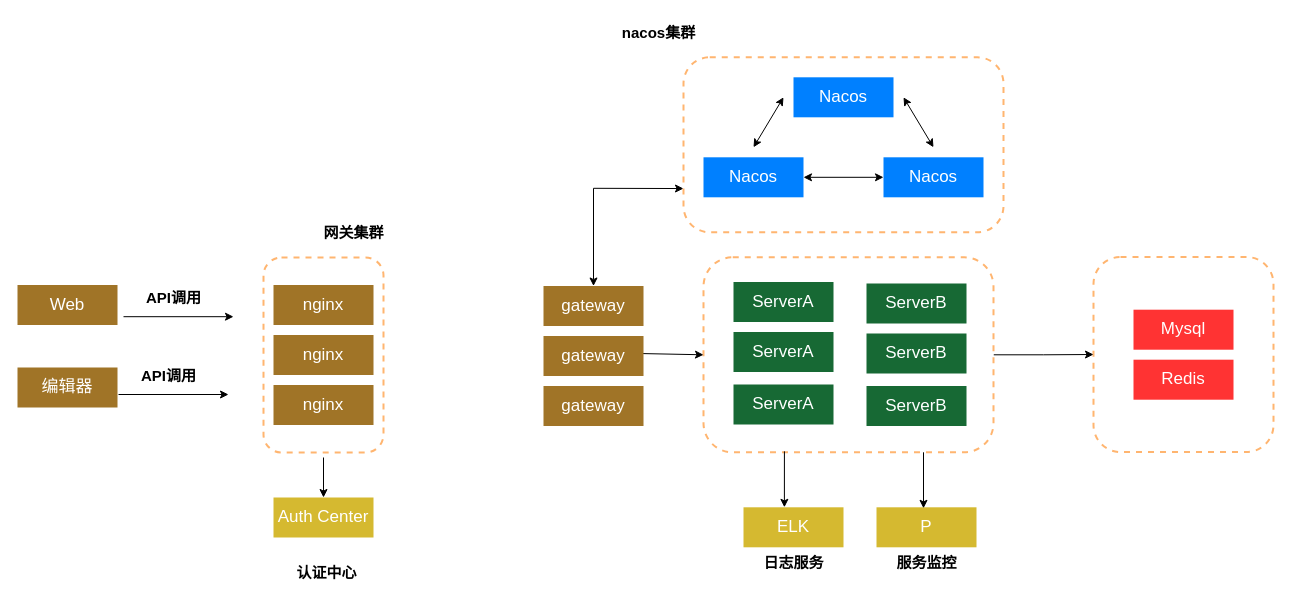
Before: csdb/csdb 部署架构图.drawio in DemonHan/KuickBuy, a draw.io diagram. Source tidied: cells renumbered, new cells numbered last; positions are measured from the earlier drawing's top-left corner, leaving out a move shared by most shapes. Both pictures are drawn from the tidied source at 100%, with x=0, y=0 at pixel (17, 17).
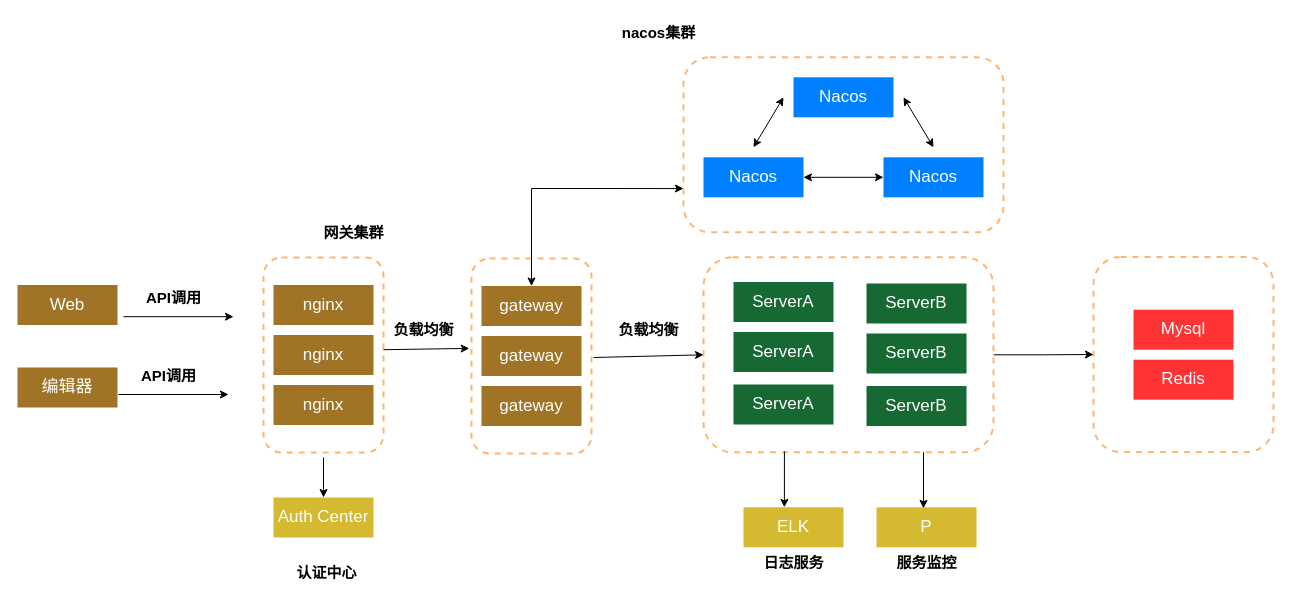
Above is the later version.

Commit message (it also covers changes not shown here):
更新csdb 部署架构图.drawio

The change refers to these unchanged cells:
```xml
<mxCell id="9" style="rounded=1;whiteSpace=wrap;html=1;dashed=1;strokeColor=#FFB570;strokeWidth=2;" parent="1" vertex="1">
  <mxGeometry x="686" y="239.8" width="290" height="195" as="geometry" />
</mxCell>
<mxCell id="14" style="rounded=1;whiteSpace=wrap;html=1;dashed=1;strokeColor=#FFB570;strokeWidth=2;" parent="13" vertex="1">
  <mxGeometry width="320" height="175" as="geometry" />
</mxCell>
```

The edit, as a diff of the source:
```diff
@@
+    <mxCell id="47" style="rounded=1;whiteSpace=wrap;html=1;dashed=1;strokeColor=#FFB570;strokeWidth=2;" parent="1" vertex="1">
+      <mxGeometry x="454" y="241" width="120" height="195" as="geometry" />
+    </mxCell>
@@
     <mxCell id="3" style="endArrow=classic;startArrow=classic;html=1;rounded=0;entryX=0;entryY=0.75;entryDx=0;entryDy=0;" parent="1" edge="1" source="37" target="14">
       <mxGeometry relative="1" as="geometry">
         <Array as="points">
-          <mxPoint x="576" y="170.8" />
+          <mxPoint x="514" y="171" />
         </Array>
       </mxGeometry>
     </mxCell>
@@
     <mxCell id="21" style="endArrow=classic;html=1;rounded=0;entryX=0;entryY=0.5;entryDx=0;entryDy=0;" parent="1" edge="1" target="9">
       <mxGeometry relative="1" as="geometry">
-        <mxPoint x="596" y="335.5" as="sourcePoint" />
+        <mxPoint x="576" y="340" as="sourcePoint" />
       </mxGeometry>
     </mxCell>
@@
     <mxCell id="37" value="&lt;font color=&quot;#ffffff&quot;&gt;gateway&lt;/font&gt;" style="rounded=0;whiteSpace=wrap;html=1;fillColor=#a07427;fontSize=17;strokeColor=none;" parent="1" vertex="1">
-      <mxGeometry x="526" y="268.5" width="100" height="40" as="geometry" />
+      <mxGeometry x="464" y="268.5" width="100" height="40" as="geometry" />
     </mxCell>
     <mxCell id="38" value="&lt;font color=&quot;#ffffff&quot;&gt;gateway&lt;/font&gt;" style="rounded=0;whiteSpace=wrap;html=1;fillColor=#a07427;fontSize=17;strokeColor=none;" parent="1" vertex="1">
-      <mxGeometry x="526" y="318.5" width="100" height="40" as="geometry" />
+      <mxGeometry x="464" y="318.5" width="100" height="40" as="geometry" />
     </mxCell>
     <mxCell id="39" value="&lt;font color=&quot;#ffffff&quot;&gt;gateway&lt;/font&gt;" style="rounded=0;whiteSpace=wrap;html=1;fillColor=#a07427;fontSize=17;strokeColor=none;" parent="1" vertex="1">
-      <mxGeometry x="526" y="368.5" width="100" height="40" as="geometry" />
+      <mxGeometry x="464" y="368.5" width="100" height="40" as="geometry" />
     </mxCell>
@@
+    <mxCell id="48" style="endArrow=classic;html=1;rounded=0;entryX=-0.019;entryY=0.461;entryDx=0;entryDy=0;entryPerimeter=0;" parent="1" edge="1" target="47">
+      <mxGeometry relative="1" as="geometry">
+        <mxPoint x="366" y="332.2" as="sourcePoint" />
+      </mxGeometry>
+    </mxCell>
+    <mxCell id="49" value="负载均衡" style="text;html=1;align=center;verticalAlign=middle;strokeColor=none;fillColor=none;strokeWidth=3;fontSize=15;fontStyle=1;" parent="1" vertex="1">
+      <mxGeometry x="366" y="297.2" width="80" height="30" as="geometry" />
+    </mxCell>
+    <mxCell id="50" value="负载均衡" style="text;html=1;align=center;verticalAlign=middle;strokeColor=none;fillColor=none;strokeWidth=3;fontSize=15;fontStyle=1;" parent="1" vertex="1">
+      <mxGeometry x="591" y="297.2" width="80" height="30" as="geometry" />
+    </mxCell>
```
